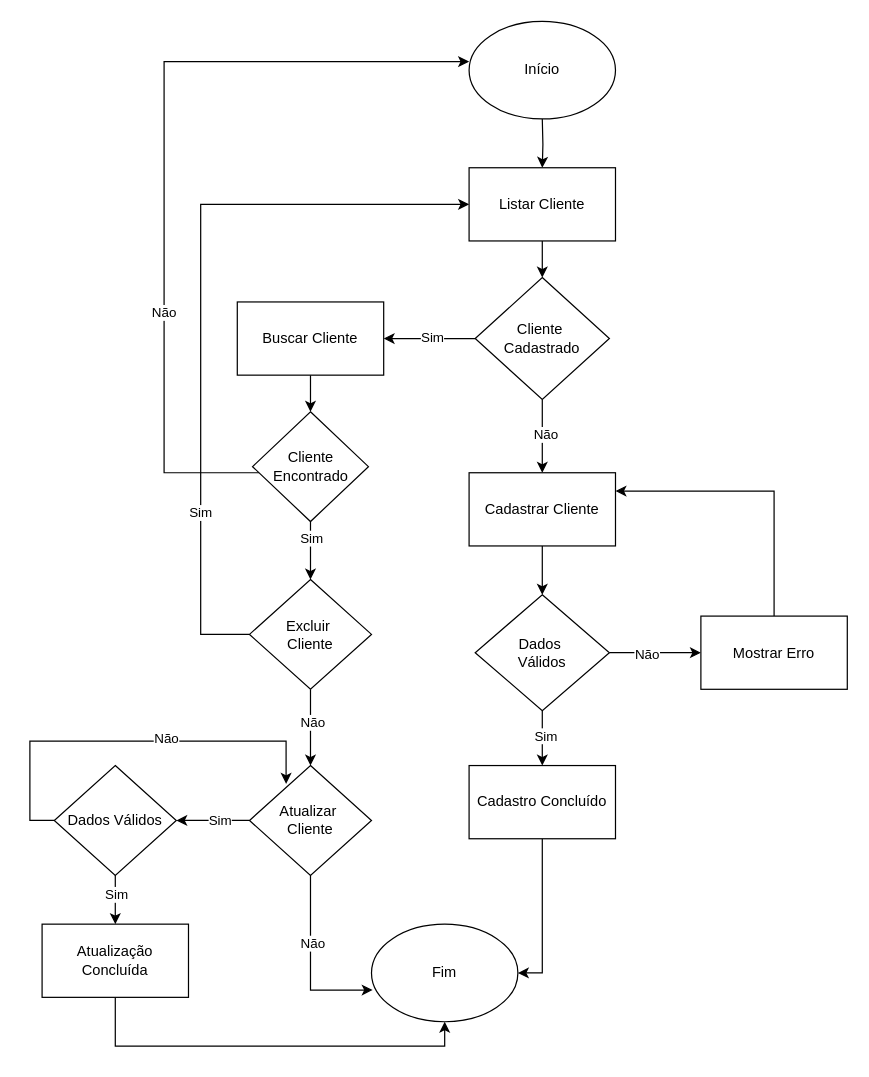
Above: page "Página-11" (9 of 9) of DOC/fluxograma.drawio in rafaelareisilva/avatar.app (draw.io), before the change. Source tidied: cells renumbered, new cells numbered last; positions are measured from the earlier drawing's top-left corner, leaving out a move shared by most shapes. Both pictures are drawn from the tidied source at 122%, with x=0, y=0 at pixel (29, 21).
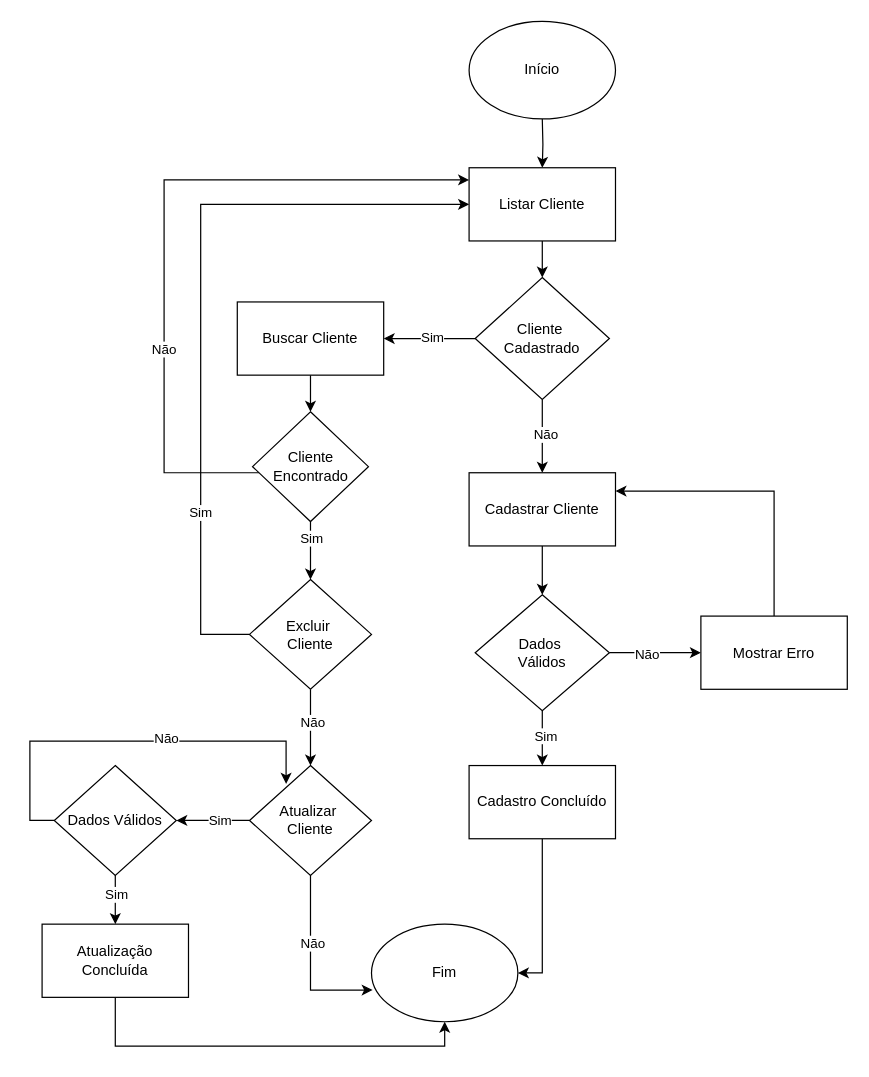
After the change.

The change refers to these unchanged cells:
```xml
<mxCell id="4" value="Listar Cliente" style="whiteSpace=wrap;html=1;" parent="1" vertex="1">
  <mxGeometry x="360" y="120" width="120" height="60" as="geometry" />
</mxCell>
<mxCell id="36" value="&lt;div&gt;Cliente&lt;br&gt;&lt;/div&gt;&lt;div&gt;Encontrado&lt;/div&gt;" style="rhombus;whiteSpace=wrap;html=1;" parent="1" vertex="1">
  <mxGeometry x="182.5" y="320" width="95" height="90" as="geometry" />
</mxCell>
```

The edit, as a diff of the source:
```diff
@@
-    <mxCell id="37" style="edgeStyle=orthogonalEdgeStyle;rounded=0;jettySize=auto;html=1;entryX=0;entryY=0.413;entryDx=0;entryDy=0;entryPerimeter=0;" parent="1" edge="1" source="36">
+    <mxCell id="37" style="edgeStyle=orthogonalEdgeStyle;rounded=0;jettySize=auto;html=1;" parent="1" edge="1" source="36" target="4">
       <mxGeometry relative="1" as="geometry">
-        <mxPoint x="360" y="33" as="targetPoint" />
         <Array as="points">
           <mxPoint x="110" y="370" />
-          <mxPoint x="110" y="33" />
+          <mxPoint x="110" y="130" />
         </Array>
       </mxGeometry>
     </mxCell>
```
